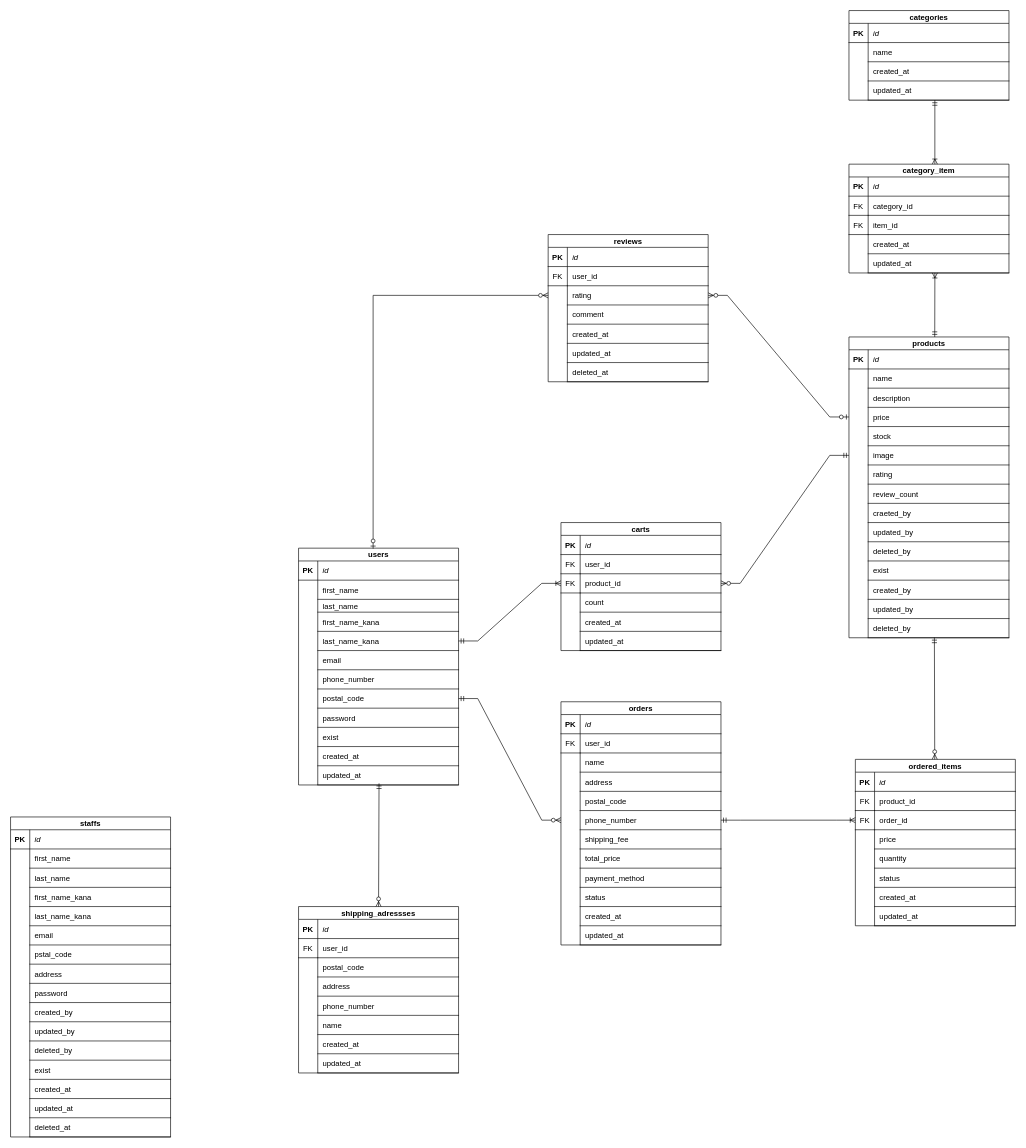
Above: EC_React.drawio in Takeru-M/EC_React (draw.io), before the change. Source tidied: cells renumbered, new cells numbered last; positions are measured from the earlier drawing's top-left corner, leaving out a move shared by most shapes. Both pictures are drawn from the tidied source at 64%, with x=0, y=0 at pixel (10, 10).
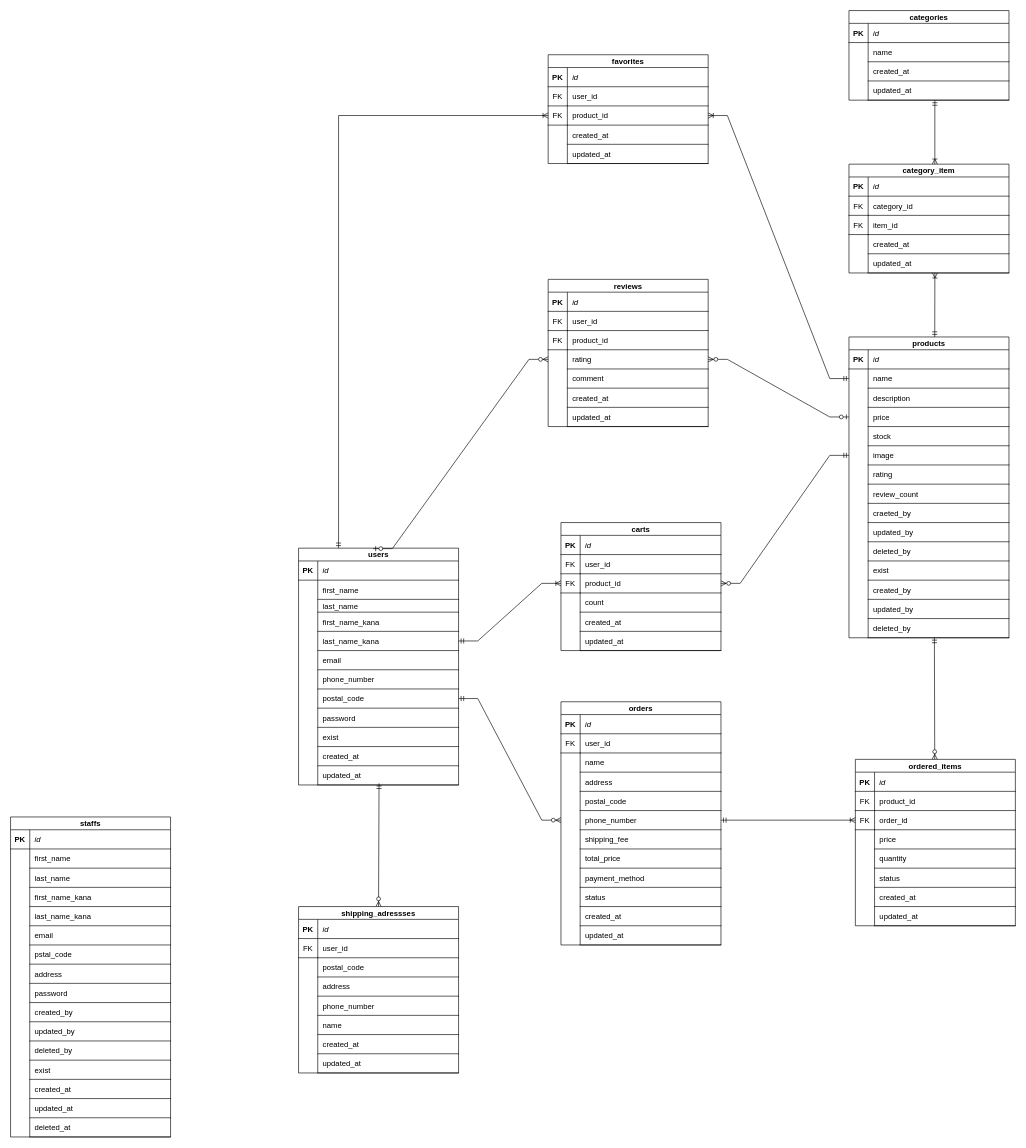
After the change.

The change refers to these unchanged cells:
```xml
<mxCell id="157" value="users" style="shape=table;startSize=20;childLayout=tableLayout;rowLines=0;fontStyle=1;align=center;" parent="1" vertex="1">
  <mxGeometry x="450" y="840" width="250" height="370" as="geometry" />
</mxCell>
<mxCell id="198" style="shape=partialRectangle;fillColor=none;points=[[0,0.5],[1,0.5]];portConstraint=eastwest;top=0;left=0;right=0;bottom=0;" parent="194" vertex="1">
  <mxGeometry y="50" width="250" height="30" as="geometry" />
</mxCell>
```

Diff of the diagram source:
```diff
@@
     <mxCell id="277" value="reviews" style="shape=table;startSize=20;childLayout=tableLayout;rowLines=0;fontStyle=1;align=center;" parent="1" vertex="1">
-      <mxGeometry x="840" y="350" width="250" height="230" as="geometry" />
+      <mxGeometry x="840" y="420" width="250" height="230" as="geometry" />
     </mxCell>
@@
+    <mxCell id="301" style="shape=partialRectangle;fillColor=none;top=0;left=0;right=0;bottom=0;" parent="277" vertex="1">
+      <mxGeometry y="80" width="250" height="30" as="geometry" />
+    </mxCell>
+    <mxCell id="302" value="FK" style="shape=partialRectangle;overflow=hidden;fillColor=none;top=0;left=0;bottom=1;right=0;" parent="301" vertex="1">
+      <mxGeometry width="30" height="30" as="geometry" />
+    </mxCell>
+    <mxCell id="303" value="product_id" style="shape=partialRectangle;overflow=hidden;fillColor=none;top=0;left=0;bottom=1;right=0;align=left;spacingLeft=6;" parent="301" vertex="1">
+      <mxGeometry x="30" width="220" height="30" as="geometry" />
+    </mxCell>
     <mxCell id="284" style="shape=partialRectangle;fillColor=none;points=[[0,0.5],[1,0.5]];portConstraint=eastwest;top=0;left=0;right=0;bottom=0;" parent="277" vertex="1">
-      <mxGeometry y="80" width="250" height="30" as="geometry" />
+      <mxGeometry y="110" width="250" height="30" as="geometry" />
     </mxCell>
@@
     <mxCell id="287" style="shape=partialRectangle;fillColor=none;top=0;left=0;right=0;bottom=0;" parent="277" vertex="1">
-      <mxGeometry y="110" width="250" height="30" as="geometry" />
+      <mxGeometry y="140" width="250" height="30" as="geometry" />
     </mxCell>
@@
     <mxCell id="290" style="shape=partialRectangle;fillColor=none;top=0;left=0;right=0;bottom=0;" parent="277" vertex="1">
-      <mxGeometry y="140" width="250" height="30" as="geometry" />
+      <mxGeometry y="170" width="250" height="30" as="geometry" />
     </mxCell>
@@
     <mxCell id="293" style="shape=partialRectangle;fillColor=none;top=0;left=0;right=0;bottom=0;" parent="277" vertex="1">
-      <mxGeometry y="170" width="250" height="30" as="geometry" />
+      <mxGeometry y="200" width="250" height="30" as="geometry" />
     </mxCell>
@@
-    <mxCell id="296" style="shape=partialRectangle;fillColor=none;top=0;left=0;right=0;bottom=0;" parent="277" vertex="1">
-      <mxGeometry y="200" width="250" height="30" as="geometry" />
-    </mxCell>
-    <mxCell id="297" style="shape=partialRectangle;overflow=hidden;fillColor=none;top=0;left=0;bottom=0;right=0;" parent="296" vertex="1">
-      <mxGeometry width="30" height="30" as="geometry" />
-    </mxCell>
-    <mxCell id="298" value="deleted_at" style="shape=partialRectangle;overflow=hidden;fillColor=none;top=0;left=0;bottom=1;right=0;align=left;spacingLeft=6;" parent="296" vertex="1">
-      <mxGeometry x="30" width="220" height="30" as="geometry" />
-    </mxCell>
-    <mxCell id="299" style="fontSize=12;html=1;endArrow=ERzeroToMany;startArrow=ERzeroToOne;rounded=0;exitX=0.466;exitY=0.002;exitDx=0;exitDy=0;exitPerimeter=0;entryX=0;entryY=0.5;entryDx=0;entryDy=0;edgeStyle=orthogonalEdgeStyle;" parent="1" edge="1" source="157" target="284">
+    <mxCell id="299" style="fontSize=12;html=1;endArrow=ERzeroToMany;startArrow=ERzeroToOne;rounded=0;exitX=0.466;exitY=0.002;exitDx=0;exitDy=0;exitPerimeter=0;entryX=0;entryY=0.5;entryDx=0;entryDy=0;edgeStyle=entityRelationEdgeStyle;" parent="1" edge="1" source="157" target="284">
       <mxGeometry relative="1" as="geometry" />
     </mxCell>
@@
+    <mxCell id="304" value="favorites" style="shape=table;startSize=20;childLayout=tableLayout;rowLines=0;fontStyle=1;align=center;" parent="1" vertex="1">
+      <mxGeometry x="840" y="69" width="250" height="170" as="geometry" />
+    </mxCell>
+    <mxCell id="305" style="shape=partialRectangle;fillColor=none;top=0;left=0;right=0;bottom=1;" parent="304" vertex="1">
+      <mxGeometry y="20" width="250" height="30" as="geometry" />
+    </mxCell>
+    <mxCell id="306" value="PK" style="shape=partialRectangle;overflow=hidden;fillColor=none;top=0;left=0;bottom=0;right=0;fontStyle=1;" parent="305" vertex="1">
+      <mxGeometry width="30" height="30" as="geometry" />
+    </mxCell>
+    <mxCell id="307" value="id" style="shape=partialRectangle;overflow=hidden;fillColor=none;top=0;left=0;bottom=0;right=0;align=left;spacingLeft=6;fontStyle=2;" parent="305" vertex="1">
+      <mxGeometry x="30" width="220" height="30" as="geometry" />
+    </mxCell>
+    <mxCell id="308" style="shape=partialRectangle;fillColor=none;top=0;left=0;right=0;bottom=0;" parent="304" vertex="1">
+      <mxGeometry y="50" width="250" height="30" as="geometry" />
+    </mxCell>
+    <mxCell id="309" value="FK" style="shape=partialRectangle;overflow=hidden;fillColor=none;top=0;left=0;bottom=1;right=0;" parent="308" vertex="1">
+      <mxGeometry width="30" height="30" as="geometry" />
+    </mxCell>
+    <mxCell id="310" value="user_id" style="shape=partialRectangle;overflow=hidden;fillColor=none;top=0;left=0;bottom=1;right=0;align=left;spacingLeft=6;" parent="308" vertex="1">
+      <mxGeometry x="30" width="220" height="30" as="geometry" />
+    </mxCell>
+    <mxCell id="311" style="shape=partialRectangle;fillColor=none;points=[[0,0.5],[1,0.5]];portConstraint=eastwest;top=0;left=0;right=0;bottom=0;" parent="304" vertex="1">
+      <mxGeometry y="80" width="250" height="30" as="geometry" />
+    </mxCell>
+    <mxCell id="312" value="FK" style="shape=partialRectangle;overflow=hidden;fillColor=none;top=0;left=0;bottom=1;right=0;" parent="311" vertex="1">
+      <mxGeometry width="30" height="30" as="geometry" />
+    </mxCell>
+    <mxCell id="313" value="product_id" style="shape=partialRectangle;overflow=hidden;fillColor=none;top=0;left=0;bottom=1;right=0;align=left;spacingLeft=6;" parent="311" vertex="1">
+      <mxGeometry x="30" width="220" height="30" as="geometry" />
+    </mxCell>
+    <mxCell id="314" style="shape=partialRectangle;fillColor=none;top=0;left=0;right=0;bottom=0;" parent="304" vertex="1">
+      <mxGeometry y="110" width="250" height="30" as="geometry" />
+    </mxCell>
+    <mxCell id="315" style="shape=partialRectangle;overflow=hidden;fillColor=none;top=0;left=0;bottom=0;right=0;" parent="314" vertex="1">
+      <mxGeometry width="30" height="30" as="geometry" />
+    </mxCell>
+    <mxCell id="316" value="created_at" style="shape=partialRectangle;overflow=hidden;fillColor=none;top=0;left=0;bottom=1;right=0;align=left;spacingLeft=6;" parent="314" vertex="1">
+      <mxGeometry x="30" width="220" height="30" as="geometry" />
+    </mxCell>
+    <mxCell id="317" style="shape=partialRectangle;fillColor=none;top=0;left=0;right=0;bottom=0;" parent="304" vertex="1">
+      <mxGeometry y="140" width="250" height="30" as="geometry" />
+    </mxCell>
+    <mxCell id="318" style="shape=partialRectangle;overflow=hidden;fillColor=none;top=0;left=0;bottom=0;right=0;" parent="317" vertex="1">
+      <mxGeometry width="30" height="30" as="geometry" />
+    </mxCell>
+    <mxCell id="319" value="updated_at" style="shape=partialRectangle;overflow=hidden;fillColor=none;top=0;left=0;bottom=1;right=0;align=left;spacingLeft=6;" parent="317" vertex="1">
+      <mxGeometry x="30" width="220" height="30" as="geometry" />
+    </mxCell>
+    <mxCell id="320" style="edgeStyle=orthogonalEdgeStyle;fontSize=12;html=1;endArrow=ERoneToMany;startArrow=ERmandOne;rounded=0;entryX=0;entryY=0.5;entryDx=0;entryDy=0;exitX=0.25;exitY=0;exitDx=0;exitDy=0;" parent="1" edge="1" source="157" target="311">
+      <mxGeometry relative="1" as="geometry" />
+    </mxCell>
+    <mxCell id="321" style="edgeStyle=entityRelationEdgeStyle;fontSize=12;html=1;endArrow=ERoneToMany;startArrow=ERmandOne;rounded=0;exitX=0;exitY=0.5;exitDx=0;exitDy=0;entryX=1;entryY=0.5;entryDx=0;entryDy=0;" parent="1" edge="1" source="198" target="311">
+      <mxGeometry relative="1" as="geometry" />
+    </mxCell>
```
